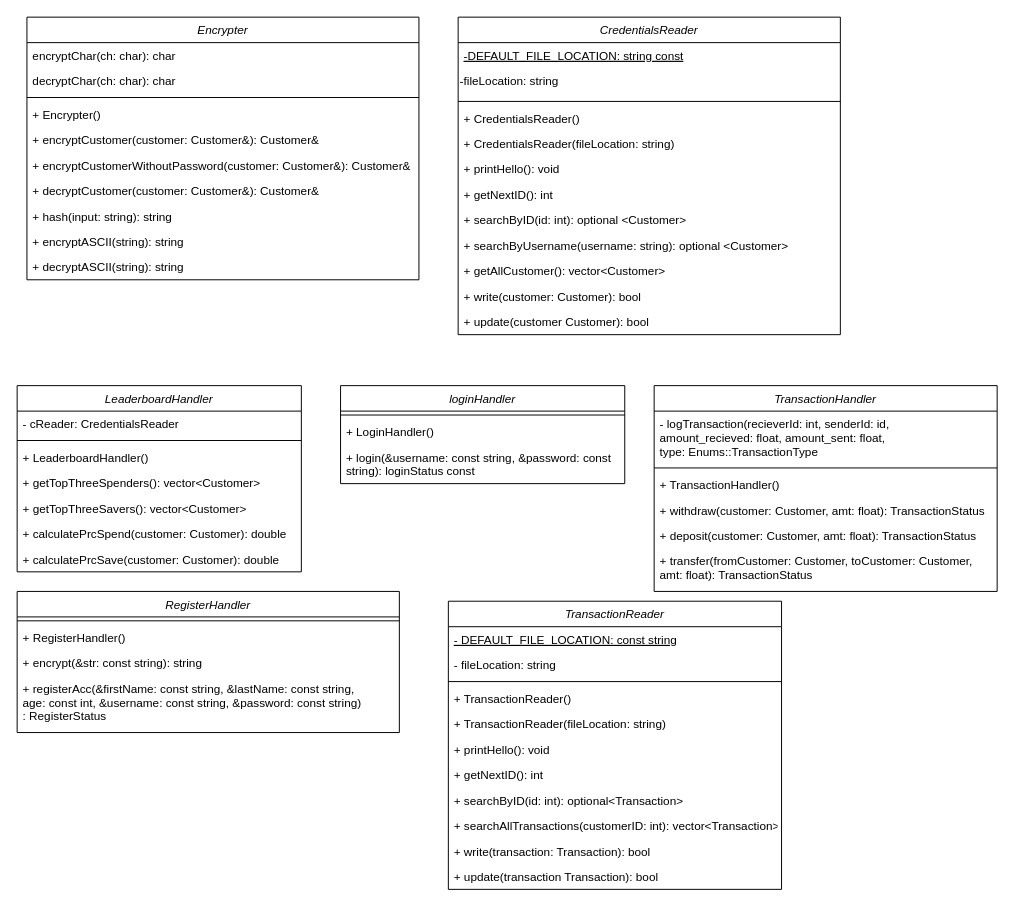
The draw.io diagram page "controller" (3 of 5) of data/UML.drawio in rawsashimi1604/1009_BankingSystem, before the edit. Source tidied: cells renumbered, new cells numbered last; positions are measured from the earlier drawing's top-left corner, leaving out a move shared by most shapes. Both pictures are drawn from the tidied source at 98%, with x=0, y=0 at pixel (17, 17).
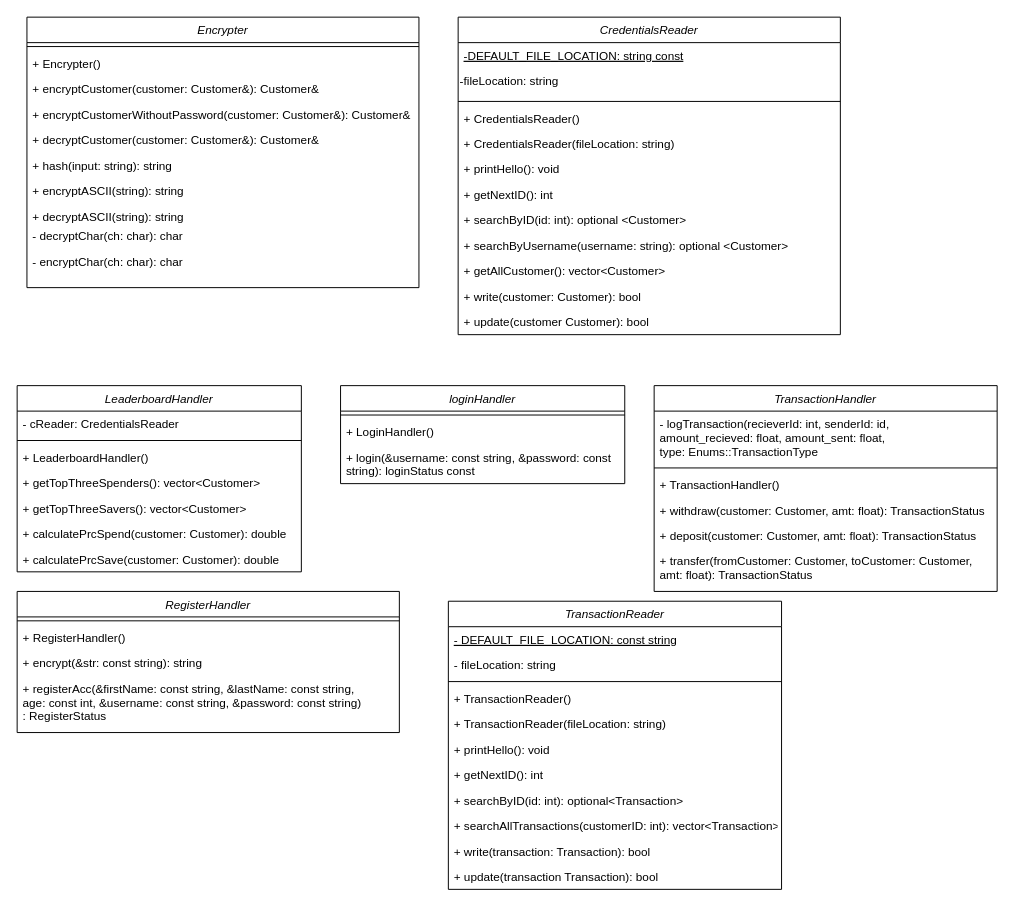
After the change.

Change to the diagram source:
```diff
@@
     <mxCell id="51" value="Encrypter" style="swimlane;fontStyle=2;align=center;verticalAlign=top;horizontal=1;startSize=26;rounded=0;shadow=0;strokeWidth=1;" parent="1" vertex="1">
-      <mxGeometry x="10" width="400" height="268" as="geometry" />
+      <mxGeometry x="10" width="400" height="276" as="geometry" />
     </mxCell>
-    <mxCell id="52" value="encryptChar(ch: char): char" style="text;align=left;verticalAlign=top;spacingLeft=4;spacingRight=4;overflow=hidden;" parent="51" vertex="1">
-      <mxGeometry y="26" width="400" height="26" as="geometry" />
-    </mxCell>
-    <mxCell id="53" value="decryptChar(ch: char): char" style="text;align=left;verticalAlign=top;spacingLeft=4;spacingRight=4;overflow=hidden;" parent="51" vertex="1">
-      <mxGeometry y="52" width="400" height="26" as="geometry" />
-    </mxCell>
     <mxCell id="54" style="line;html=1;strokeWidth=1;align=left;verticalAlign=middle;spacingTop=-1;spacingLeft=3;spacingRight=3;labelPosition=right;" parent="51" vertex="1">
-      <mxGeometry y="78" width="400" height="8" as="geometry" />
+      <mxGeometry y="26" width="400" height="8" as="geometry" />
     </mxCell>
     <mxCell id="55" value="+ Encrypter()" style="text;align=left;verticalAlign=top;spacingLeft=4;spacingRight=4;overflow=hidden;rounded=0;shadow=0;html=0;" parent="51" vertex="1">
-      <mxGeometry y="86" width="400" height="26" as="geometry" />
+      <mxGeometry y="34" width="400" height="26" as="geometry" />
     </mxCell>
     <mxCell id="56" value="+ encryptCustomer(customer: Customer&amp;): Customer&amp;" style="text;align=left;verticalAlign=top;spacingLeft=4;spacingRight=4;overflow=hidden;rounded=0;shadow=0;html=0;" parent="51" vertex="1">
-      <mxGeometry y="112" width="400" height="26" as="geometry" />
+      <mxGeometry y="60" width="400" height="26" as="geometry" />
     </mxCell>
     <mxCell id="57" value="+ encryptCustomerWithoutPassword(customer: Customer&amp;): Customer&amp;" style="text;align=left;verticalAlign=top;spacingLeft=4;spacingRight=4;overflow=hidden;rounded=0;shadow=0;html=0;" parent="51" vertex="1">
-      <mxGeometry y="138" width="400" height="26" as="geometry" />
+      <mxGeometry y="86" width="400" height="26" as="geometry" />
     </mxCell>
     <mxCell id="58" value="+ decryptCustomer(customer: Customer&amp;): Customer&amp;" style="text;align=left;verticalAlign=top;spacingLeft=4;spacingRight=4;overflow=hidden;rounded=0;shadow=0;html=0;" parent="51" vertex="1">
-      <mxGeometry y="164" width="400" height="26" as="geometry" />
+      <mxGeometry y="112" width="400" height="26" as="geometry" />
     </mxCell>
     <mxCell id="59" value="+ hash(input: string): string" style="text;align=left;verticalAlign=top;spacingLeft=4;spacingRight=4;overflow=hidden;rounded=0;shadow=0;html=0;" parent="51" vertex="1">
-      <mxGeometry y="190" width="400" height="26" as="geometry" />
+      <mxGeometry y="138" width="400" height="26" as="geometry" />
     </mxCell>
     <mxCell id="60" value="+ encryptASCII(string): string" style="text;align=left;verticalAlign=top;spacingLeft=4;spacingRight=4;overflow=hidden;rounded=0;shadow=0;html=0;" parent="51" vertex="1">
-      <mxGeometry y="216" width="400" height="26" as="geometry" />
+      <mxGeometry y="164" width="400" height="26" as="geometry" />
     </mxCell>
     <mxCell id="61" value="+ decryptASCII(string): string" style="text;align=left;verticalAlign=top;spacingLeft=4;spacingRight=4;overflow=hidden;rounded=0;shadow=0;html=0;" parent="51" vertex="1">
-      <mxGeometry y="242" width="400" height="26" as="geometry" />
+      <mxGeometry y="190" width="400" height="20" as="geometry" />
     </mxCell>
+    <mxCell id="53" value="- decryptChar(ch: char): char" style="text;align=left;verticalAlign=top;spacingLeft=4;spacingRight=4;overflow=hidden;" parent="51" vertex="1">
+      <mxGeometry y="210" width="400" height="26" as="geometry" />
+    </mxCell>
+    <mxCell id="52" value="- encryptChar(ch: char): char" style="text;align=left;verticalAlign=top;spacingLeft=4;spacingRight=4;overflow=hidden;" parent="51" vertex="1">
+      <mxGeometry y="236" width="400" height="26" as="geometry" />
+    </mxCell>
```
